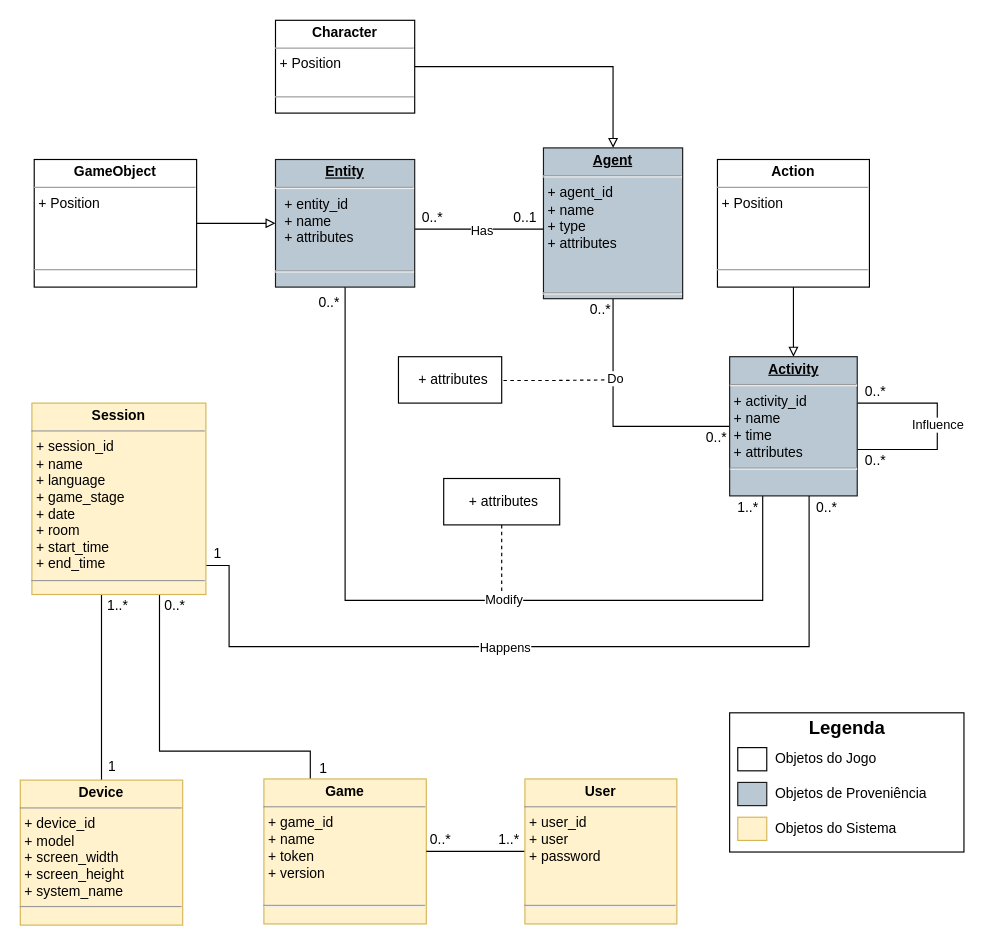
Earlier version of the draw.io diagram page "WebAPI Class Model" (4 of 6) of Documentation/Diagramas/Modelo De Dados Proveniencia.drawio (multisens/micelio). Source tidied: cells renumbered, new cells numbered last; positions are measured from the earlier drawing's top-left corner, leaving out a move shared by most shapes. Both pictures are drawn from the tidied source at 116%, with x=0, y=0 at pixel (20, 20).
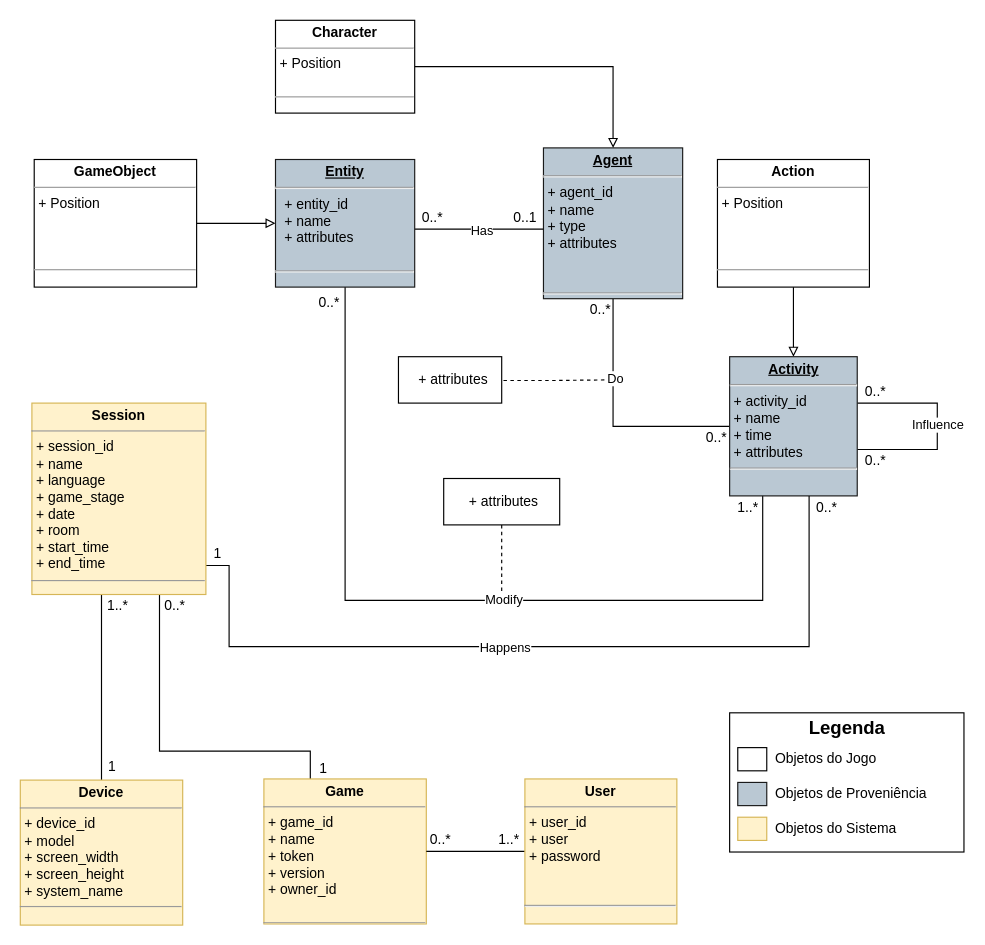
Above is the later version.

What changed in the source:
```diff
@@
-    <mxCell id="24" value="&lt;p style=&quot;margin: 0px ; margin-top: 4px ; text-align: center&quot;&gt;&lt;b&gt;Game&lt;/b&gt;&lt;/p&gt;&lt;hr size=&quot;1&quot;&gt;&lt;p style=&quot;margin: 0px ; margin-left: 4px&quot;&gt;+ game_id&lt;/p&gt;&lt;p style=&quot;margin: 0px ; margin-left: 4px&quot;&gt;+ name&lt;/p&gt;&lt;p style=&quot;margin: 0px ; margin-left: 4px&quot;&gt;+ token&lt;/p&gt;&lt;p style=&quot;margin: 0px ; margin-left: 4px&quot;&gt;&lt;span&gt;+ version&lt;/span&gt;&lt;/p&gt;&lt;p style=&quot;margin: 0px ; margin-left: 4px&quot;&gt;&lt;span&gt;&lt;br&gt;&lt;/span&gt;&lt;/p&gt;&lt;hr&gt;" style="verticalAlign=top;align=left;overflow=fill;fontSize=12;fontFamily=Helvetica;html=1;strokeColor=#d6b656;fillColor=#fff2cc;" parent="1" vertex="1">
+    <mxCell id="24" value="&lt;p style=&quot;margin: 0px ; margin-top: 4px ; text-align: center&quot;&gt;&lt;b&gt;Game&lt;/b&gt;&lt;/p&gt;&lt;hr size=&quot;1&quot;&gt;&lt;p style=&quot;margin: 0px ; margin-left: 4px&quot;&gt;+ game_id&lt;/p&gt;&lt;p style=&quot;margin: 0px ; margin-left: 4px&quot;&gt;+ name&lt;/p&gt;&lt;p style=&quot;margin: 0px ; margin-left: 4px&quot;&gt;+ token&lt;/p&gt;&lt;p style=&quot;margin: 0px ; margin-left: 4px&quot;&gt;&lt;span&gt;+ version&lt;/span&gt;&lt;/p&gt;&lt;p style=&quot;margin: 0px ; margin-left: 4px&quot;&gt;&lt;span&gt;+ owner_id&lt;/span&gt;&lt;/p&gt;&lt;p style=&quot;margin: 0px ; margin-left: 4px&quot;&gt;&lt;span&gt;&lt;br&gt;&lt;/span&gt;&lt;/p&gt;&lt;hr&gt;" style="verticalAlign=top;align=left;overflow=fill;fontSize=12;fontFamily=Helvetica;html=1;strokeColor=#d6b656;fillColor=#fff2cc;" parent="1" vertex="1">
       <mxGeometry x="210" y="654" width="140" height="125" as="geometry" />
     </mxCell>
```
